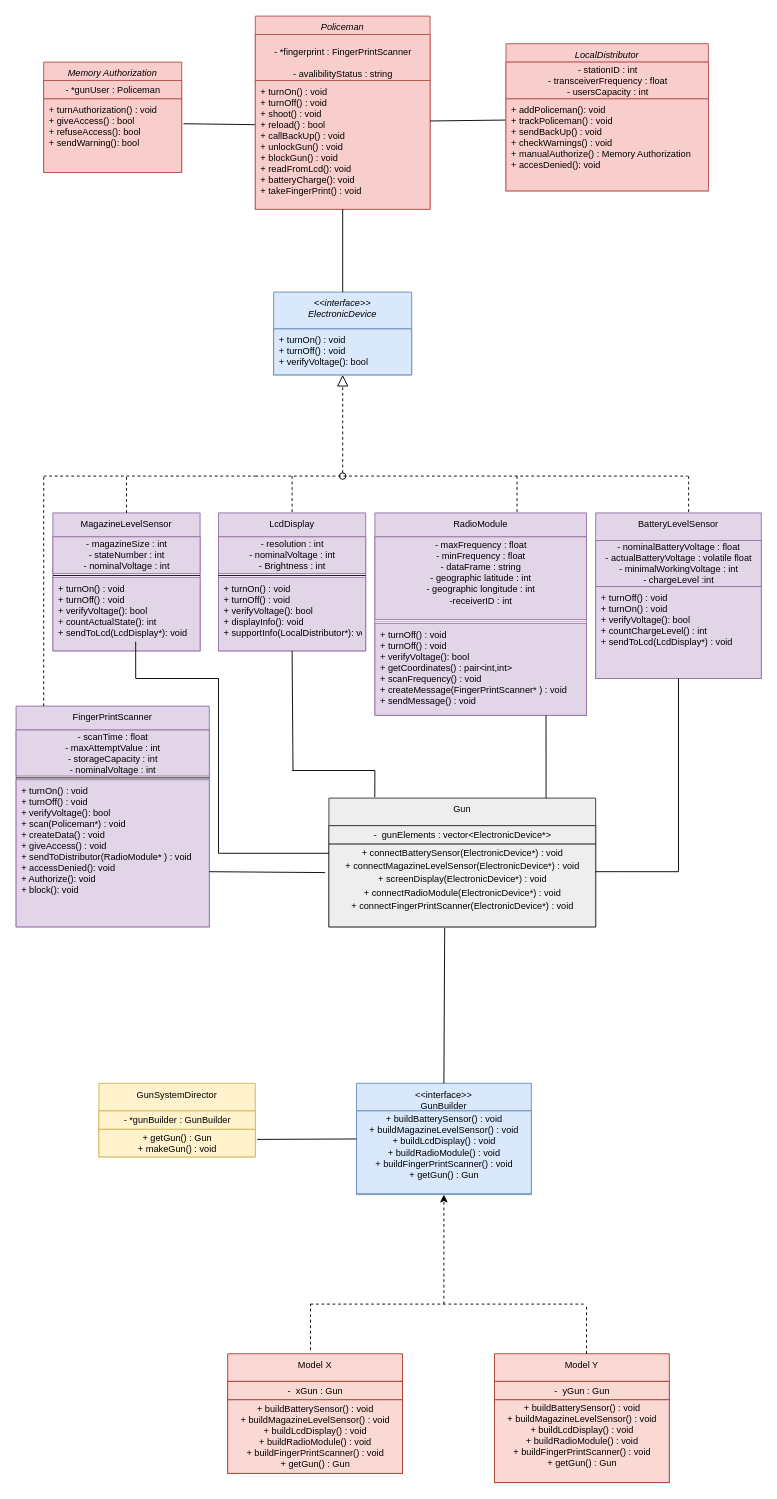
Before: Untitled Diagram.drawio in mardyr/UML-and-diagrams, a draw.io diagram. Source tidied: cells renumbered, new cells numbered last; positions are measured from the earlier drawing's top-left corner, leaving out a move shared by most shapes. Both pictures are drawn from the tidied source at 92%, with x=0, y=0 at pixel (16, 16).
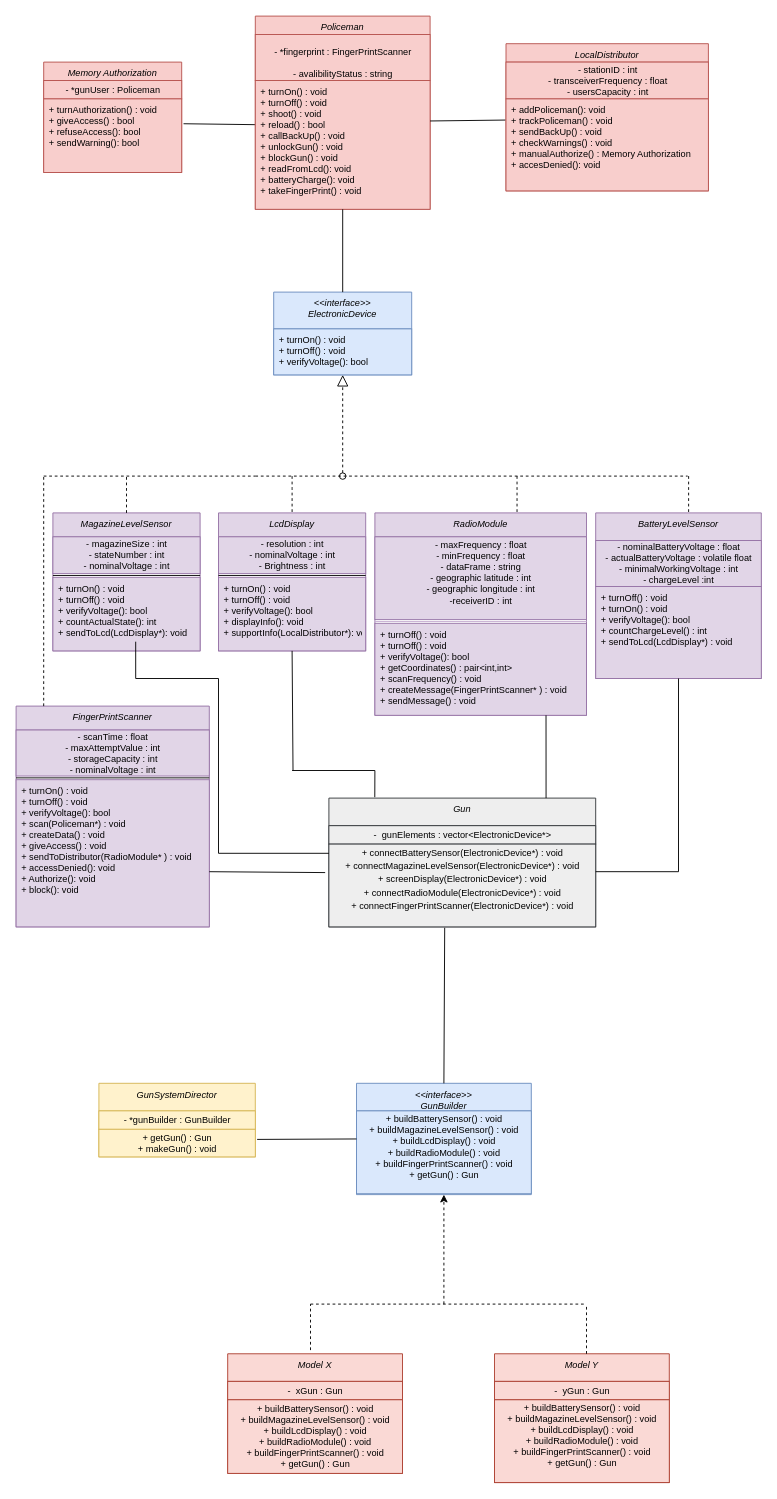
The same page after the edit.

Diff of the diagram source:
```diff
@@
-    <mxCell id="4" value="BatteryLevelSensor" style="swimlane;fontStyle=0;align=center;verticalAlign=top;horizontal=1;startSize=30;rounded=0;shadow=0;strokeWidth=1;fontSize=10;fillColor=#e1d5e7;strokeColor=#9673a6;" parent="1" vertex="1">
+    <mxCell id="4" value="BatteryLevelSensor" style="swimlane;fontStyle=2;align=center;verticalAlign=top;horizontal=1;startSize=30;rounded=0;shadow=0;strokeWidth=1;fontSize=10;fillColor=#e1d5e7;strokeColor=#9673a6;" parent="1" vertex="1">
       <mxGeometry x="630" y="540" width="180" height="180" as="geometry" />
     </mxCell>
@@
-    <mxCell id="8" value="LcdDisplay" style="swimlane;fontStyle=0;align=center;verticalAlign=top;horizontal=1;startSize=26;rounded=0;shadow=0;strokeWidth=1;fontSize=10;fillColor=#e1d5e7;strokeColor=#9673a6;" parent="1" vertex="1">
+    <mxCell id="8" value="LcdDisplay" style="swimlane;fontStyle=2;align=center;verticalAlign=top;horizontal=1;startSize=26;rounded=0;shadow=0;strokeWidth=1;fontSize=10;fillColor=#e1d5e7;strokeColor=#9673a6;" parent="1" vertex="1">
       <mxGeometry x="220" y="540" width="160" height="150" as="geometry" />
     </mxCell>
@@
-    <mxCell id="12" value="MagazineLevelSensor" style="swimlane;fontStyle=0;align=center;verticalAlign=top;horizontal=1;startSize=26;rounded=0;shadow=0;strokeWidth=1;fontSize=10;fillColor=#e1d5e7;strokeColor=#9673a6;" parent="1" vertex="1">
+    <mxCell id="12" value="MagazineLevelSensor" style="swimlane;fontStyle=2;align=center;verticalAlign=top;horizontal=1;startSize=26;rounded=0;shadow=0;strokeWidth=1;fontSize=10;fillColor=#e1d5e7;strokeColor=#9673a6;" parent="1" vertex="1">
       <mxGeometry x="40" y="540" width="160" height="150" as="geometry" />
     </mxCell>
@@
-    <mxCell id="17" value="RadioModule" style="swimlane;fontStyle=0;align=center;verticalAlign=top;horizontal=1;startSize=26;rounded=0;shadow=0;strokeWidth=1;fontSize=10;fillColor=#e1d5e7;strokeColor=#9673a6;" parent="1" vertex="1">
+    <mxCell id="17" value="RadioModule" style="swimlane;fontStyle=2;align=center;verticalAlign=top;horizontal=1;startSize=26;rounded=0;shadow=0;strokeWidth=1;fontSize=10;fillColor=#e1d5e7;strokeColor=#9673a6;" parent="1" vertex="1">
       <mxGeometry x="390" y="540" width="230" height="220" as="geometry" />
     </mxCell>
@@
-    <mxCell id="21" value="FingerPrintScanner" style="swimlane;fontStyle=0;align=center;verticalAlign=top;horizontal=1;startSize=26;rounded=0;shadow=0;strokeWidth=1;fontSize=10;fillColor=#e1d5e7;strokeColor=#9673a6;" parent="1" vertex="1">
+    <mxCell id="21" value="FingerPrintScanner" style="swimlane;fontStyle=2;align=center;verticalAlign=top;horizontal=1;startSize=26;rounded=0;shadow=0;strokeWidth=1;fontSize=10;fillColor=#e1d5e7;strokeColor=#9673a6;" parent="1" vertex="1">
       <mxGeometry y="750" width="210" height="240" as="geometry" />
     </mxCell>
@@
-    <mxCell id="31" value="Gun" style="swimlane;fontStyle=0;align=center;verticalAlign=top;horizontal=1;startSize=30;rounded=0;shadow=0;strokeWidth=1;fontSize=10;fillColor=#eeeeee;strokeColor=#36393d;" parent="1" vertex="1">
+    <mxCell id="31" value="Gun" style="swimlane;fontStyle=2;align=center;verticalAlign=top;horizontal=1;startSize=30;rounded=0;shadow=0;strokeWidth=1;fontSize=10;fillColor=#eeeeee;strokeColor=#36393d;" parent="1" vertex="1">
       <mxGeometry x="340" y="850" width="290" height="140" as="geometry" />
     </mxCell>
@@
-    <mxCell id="36" value="&lt;&lt;interface&gt;&gt;&#10;GunBuilder&#10;" style="swimlane;fontStyle=0;align=center;verticalAlign=top;horizontal=1;startSize=30;rounded=0;shadow=0;strokeWidth=1;fontSize=10;fillColor=#dae8fc;strokeColor=#6c8ebf;" parent="1" vertex="1">
+    <mxCell id="36" value="&lt;&lt;interface&gt;&gt;&#10;GunBuilder&#10;" style="swimlane;fontStyle=2;align=center;verticalAlign=top;horizontal=1;startSize=30;rounded=0;shadow=0;strokeWidth=1;fontSize=10;fillColor=#dae8fc;strokeColor=#6c8ebf;" parent="1" vertex="1">
       <mxGeometry x="370" y="1160" width="190" height="121" as="geometry" />
     </mxCell>
@@
-    <mxCell id="38" value="Model X" style="swimlane;fontStyle=0;align=center;verticalAlign=top;horizontal=1;startSize=30;rounded=0;shadow=0;strokeWidth=1;fontSize=10;fillColor=#fad9d5;strokeColor=#ae4132;" parent="1" vertex="1">
+    <mxCell id="38" value="Model X" style="swimlane;fontStyle=2;align=center;verticalAlign=top;horizontal=1;startSize=30;rounded=0;shadow=0;strokeWidth=1;fontSize=10;fillColor=#fad9d5;strokeColor=#ae4132;" parent="1" vertex="1">
       <mxGeometry x="230" y="1454" width="190" height="130" as="geometry" />
     </mxCell>
@@
-    <mxCell id="42" value="Model Y" style="swimlane;fontStyle=0;align=center;verticalAlign=top;horizontal=1;startSize=30;rounded=0;shadow=0;strokeWidth=1;fontSize=10;fillColor=#fad9d5;strokeColor=#ae4132;" parent="1" vertex="1">
+    <mxCell id="42" value="Model Y" style="swimlane;fontStyle=2;align=center;verticalAlign=top;horizontal=1;startSize=30;rounded=0;shadow=0;strokeWidth=1;fontSize=10;fillColor=#fad9d5;strokeColor=#ae4132;" parent="1" vertex="1">
       <mxGeometry x="520" y="1454" width="190" height="140" as="geometry" />
     </mxCell>
@@
-    <mxCell id="46" value="GunSystemDirector" style="swimlane;fontStyle=0;align=center;verticalAlign=top;horizontal=1;startSize=30;rounded=0;shadow=0;strokeWidth=1;fontSize=10;fillColor=#fff2cc;strokeColor=#d6b656;" parent="1" vertex="1">
+    <mxCell id="46" value="GunSystemDirector" style="swimlane;fontStyle=2;align=center;verticalAlign=top;horizontal=1;startSize=30;rounded=0;shadow=0;strokeWidth=1;fontSize=10;fillColor=#fff2cc;strokeColor=#d6b656;" parent="1" vertex="1">
       <mxGeometry x="90" y="1160" width="170" height="80" as="geometry" />
     </mxCell>
```
